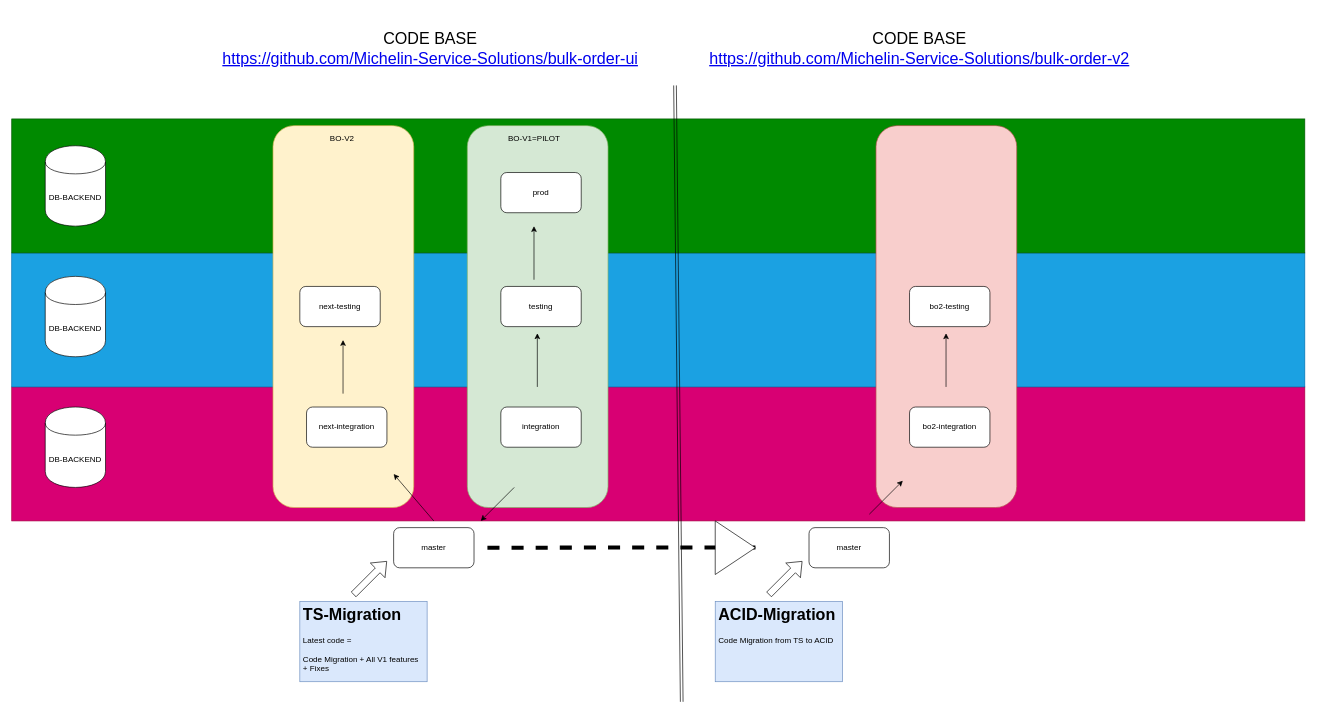
Before: BO-CODE-BASE-BRANCHES-REPOS.drawio in centrodph/Diagrams, a draw.io diagram. Source tidied: cells renumbered, new cells numbered last; positions are measured from the earlier drawing's top-left corner, leaving out a move shared by most shapes. Both pictures are drawn from the tidied source at 67%, with x=0, y=0 at pixel (11, 11).
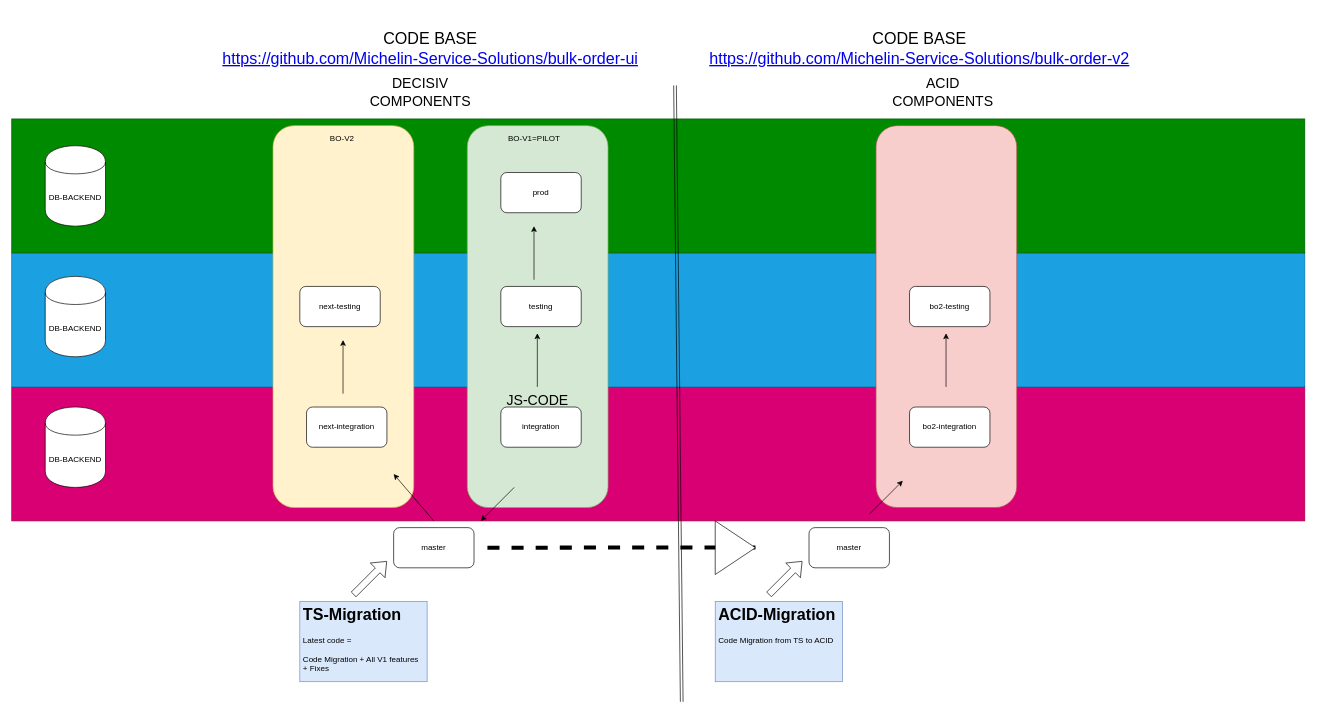
The same page after the edit.

Change to the diagram source:
```diff
@@
+    <mxCell id="38" value="&lt;font style=&quot;font-size: 21px&quot;&gt;DECISIV COMPONENTS&lt;/font&gt;" style="text;html=1;strokeColor=none;fillColor=none;align=center;verticalAlign=middle;whiteSpace=wrap;rounded=0;" parent="1" vertex="1">
+      <mxGeometry x="590" y="110" width="40" height="20" as="geometry" />
+    </mxCell>
+    <mxCell id="39" value="&lt;font style=&quot;font-size: 21px&quot;&gt;JS-CODE&lt;/font&gt;" style="text;html=1;strokeColor=none;fillColor=none;align=center;verticalAlign=middle;whiteSpace=wrap;rounded=0;" parent="1" vertex="1">
+      <mxGeometry x="720" y="570" width="130" height="20" as="geometry" />
+    </mxCell>
+    <mxCell id="40" value="&lt;font style=&quot;font-size: 21px&quot;&gt;ACID COMPONENTS&lt;/font&gt;" style="text;html=1;strokeColor=none;fillColor=none;align=center;verticalAlign=middle;whiteSpace=wrap;rounded=0;" parent="1" vertex="1">
+      <mxGeometry x="1290" y="95" width="200" height="50" as="geometry" />
+    </mxCell>
```
